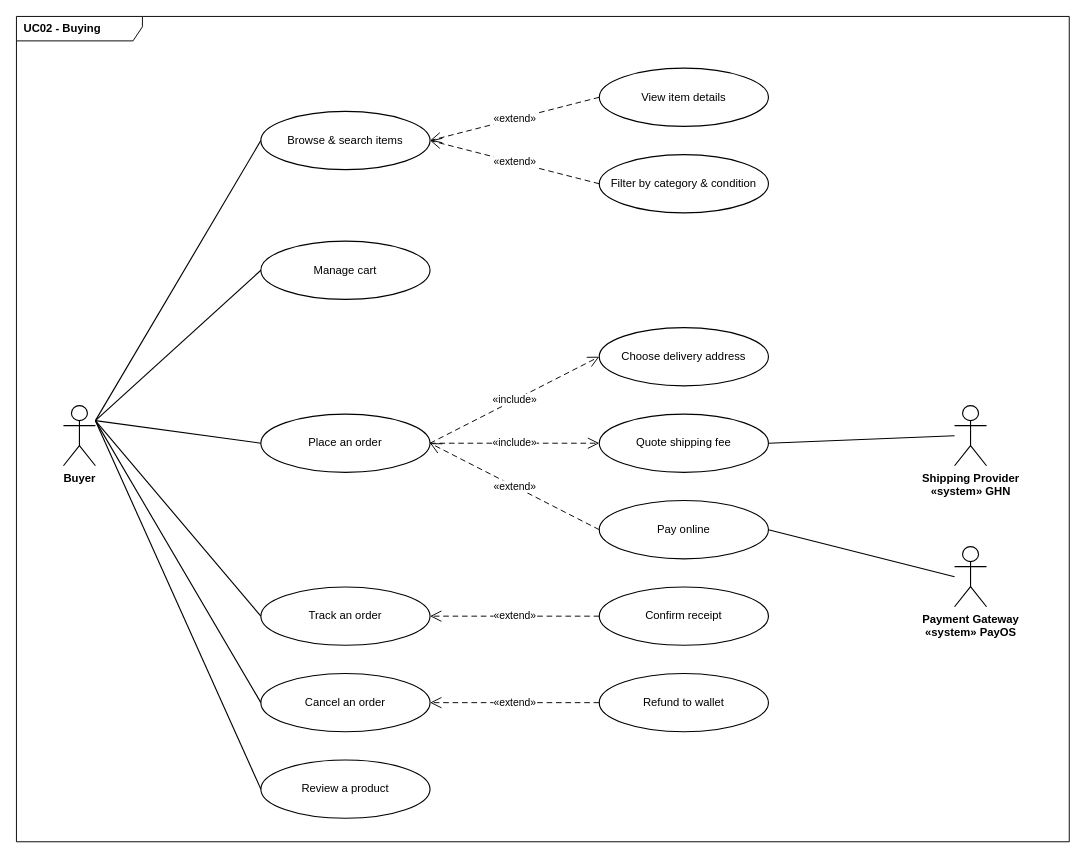
This is page "UC02 - Buying" (3 of 7) of docs/system-design/drawio/05-use-case-diagram.drawio from tdat-dev/Zoldify_Backend, a draw.io file, before an edit. Source tidied: cells renumbered, new cells numbered last; positions are measured from the earlier drawing's top-left corner, leaving out a move shared by most shapes. Both pictures are drawn from the tidied source at 94%, with x=0, y=0 at pixel (16, 16).
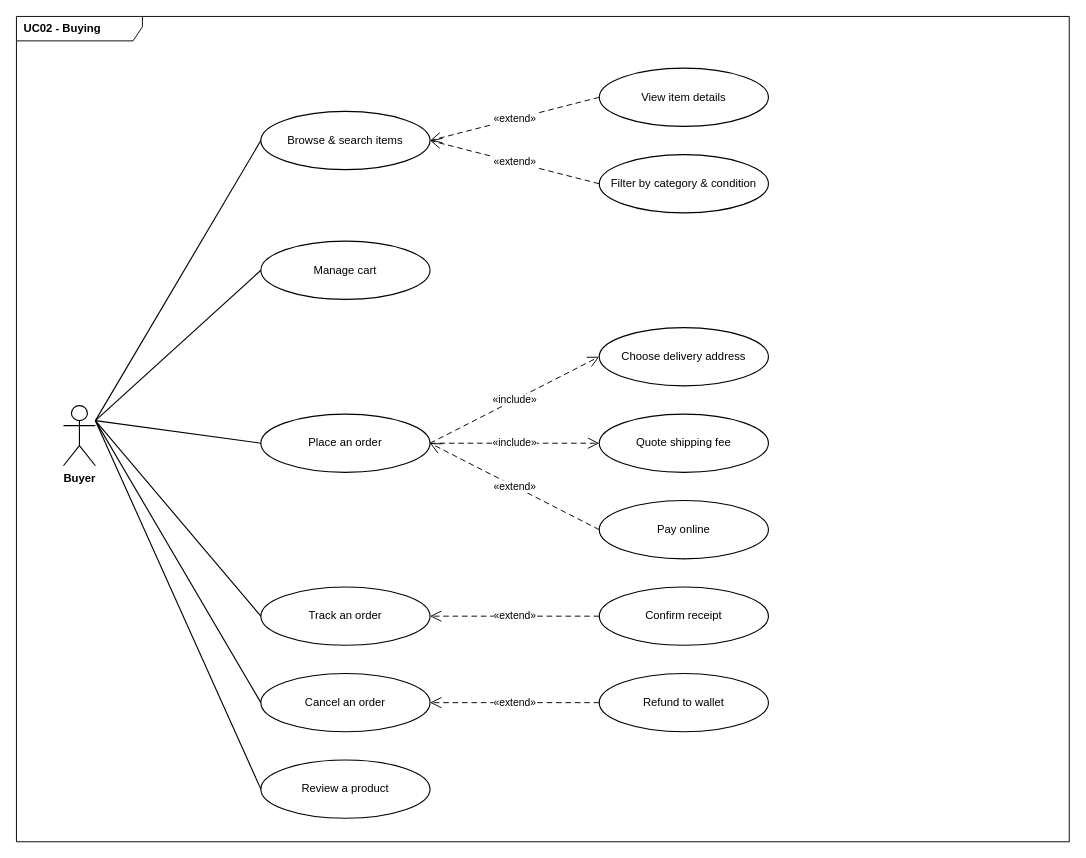
Above is the later version.

Commit message (it also covers changes not shown here):
docs(system-design): chỉnh tay của nhóm trên use case, class và sequence

Sửa trực tiếp trong draw.io: bỏ actor hệ thống (GHN, PayOS, FCM) và khung
hệ thống ở các trang use case, bỏ tiêu đề khung Domain Model, bỏ các ghi
chú trên trang sequence.

Lưu ý: chạy lại drawio-class/sequence/usecase.mjs sẽ đè mất các chỉnh tay
này vì nguồn spec chưa đổi theo.

Unchanged cells that the change refers to:
```xml
<mxCell id="16" value="Quote shipping fee" style="ellipse;whiteSpace=wrap;html=1;fontSize=12;fillColor=#FFFFFF;strokeColor=#000000;strokeWidth=1.2;spacing=8;fontFamily=Helvetica;fontColor=#000000;" parent="1" vertex="1">
  <mxGeometry x="620" y="423" width="180" height="62" as="geometry" />
</mxCell>
<mxCell id="18" value="Pay online" style="ellipse;whiteSpace=wrap;html=1;fontSize=12;fillColor=#FFFFFF;strokeColor=#000000;strokeWidth=1.2;spacing=8;fontFamily=Helvetica;fontColor=#000000;" parent="1" vertex="1">
  <mxGeometry x="620" y="515" width="180" height="62" as="geometry" />
</mxCell>
```

Diff of the diagram source:
```diff
@@
-    <mxCell id="30" value="Shipping Provider&lt;br&gt;«system» GHN" style="shape=umlActor;verticalLabelPosition=bottom;verticalAlign=top;html=1;outlineConnect=0;fontSize=12;fontStyle=1;fillColor=#FFFFFF;strokeColor=#000000;strokeWidth=1.2;fontFamily=Helvetica;fontColor=#000000;" parent="1" vertex="1">
-      <mxGeometry x="998" y="414" width="34" height="64" as="geometry" />
-    </mxCell>
-    <mxCell id="31" style="edgeStyle=none;html=1;rounded=0;endArrow=none;strokeColor=#000000;strokeWidth=1.2;exitX=1;exitY=0.5;exitDx=0;exitDy=0;exitPerimeter=0;entryX=0;entryY=0.5;entryDx=0;entryDy=0;entryPerimeter=0;" parent="1" edge="1" source="16" target="30">
-      <mxGeometry relative="1" as="geometry" />
-    </mxCell>
-    <mxCell id="32" value="Payment Gateway&lt;br&gt;«system» PayOS" style="shape=umlActor;verticalLabelPosition=bottom;verticalAlign=top;html=1;outlineConnect=0;fontSize=12;fontStyle=1;fillColor=#FFFFFF;strokeColor=#000000;strokeWidth=1.2;fontFamily=Helvetica;fontColor=#000000;" parent="1" vertex="1">
-      <mxGeometry x="998" y="564" width="34" height="64" as="geometry" />
-    </mxCell>
-    <mxCell id="33" style="edgeStyle=none;html=1;rounded=0;endArrow=none;strokeColor=#000000;strokeWidth=1.2;exitX=1;exitY=0.5;exitDx=0;exitDy=0;exitPerimeter=0;entryX=0;entryY=0.5;entryDx=0;entryDy=0;entryPerimeter=0;" parent="1" edge="1" source="18" target="32">
-      <mxGeometry relative="1" as="geometry" />
-    </mxCell>
```
